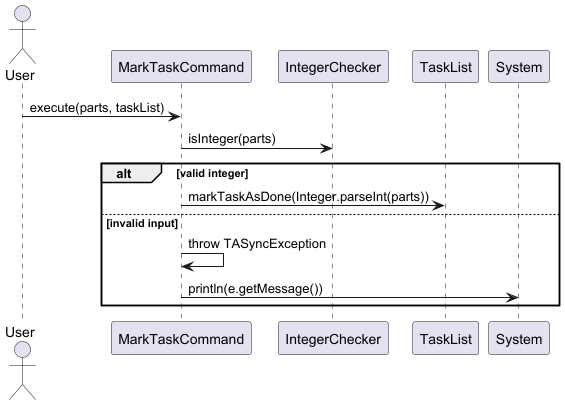
wongyihao02/tp keeps this PlantUML diagram as docs/diagrams/tasklistcommands/MarkTaskCommandSequenceDiagram.png. Above is the earlier version.
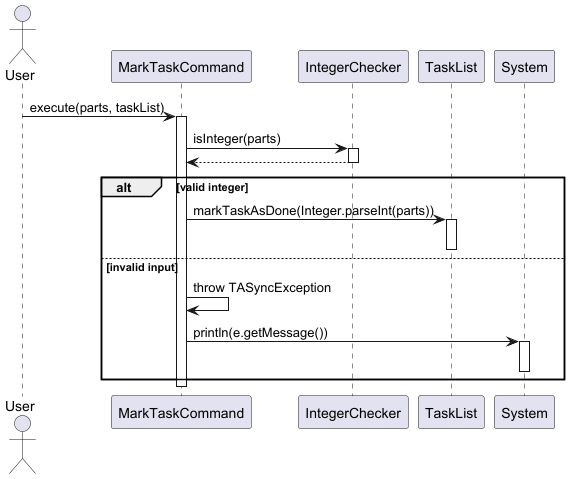
The same diagram one commit later.

Change to the diagram source:
```diff
@@ -8,13 +8,23 @@
 participant "System" as Console
 
 User -> MarkCmd : execute(parts, taskList)
+activate MarkCmd
 
 MarkCmd -> Checker : isInteger(parts)
+activate Checker
+Checker --> MarkCmd
+deactivate Checker
+
 alt valid integer
     MarkCmd -> TaskList : markTaskAsDone(Integer.parseInt(parts))
+    activate TaskList
+    deactivate TaskList
 else invalid input
     MarkCmd -> MarkCmd : throw TASyncException
     MarkCmd -> Console : println(e.getMessage())
+    activate Console
+    deactivate Console
 end
 
+deactivate MarkCmd
 @enduml
```
